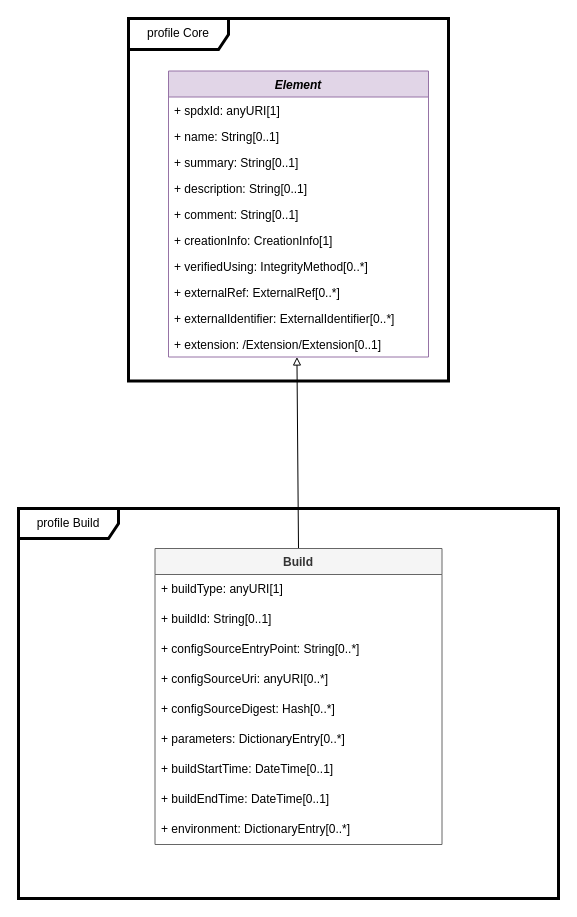
This is page "Build" (7 of 11) of model.drawio from spdx/spdx-3-model, a draw.io file, before an edit. Source tidied: cells renumbered, new cells numbered last; positions are measured from the earlier drawing's top-left corner, leaving out a move shared by most shapes. Both pictures are drawn from the tidied source at 100%, with x=0, y=0 at pixel (18, 18).
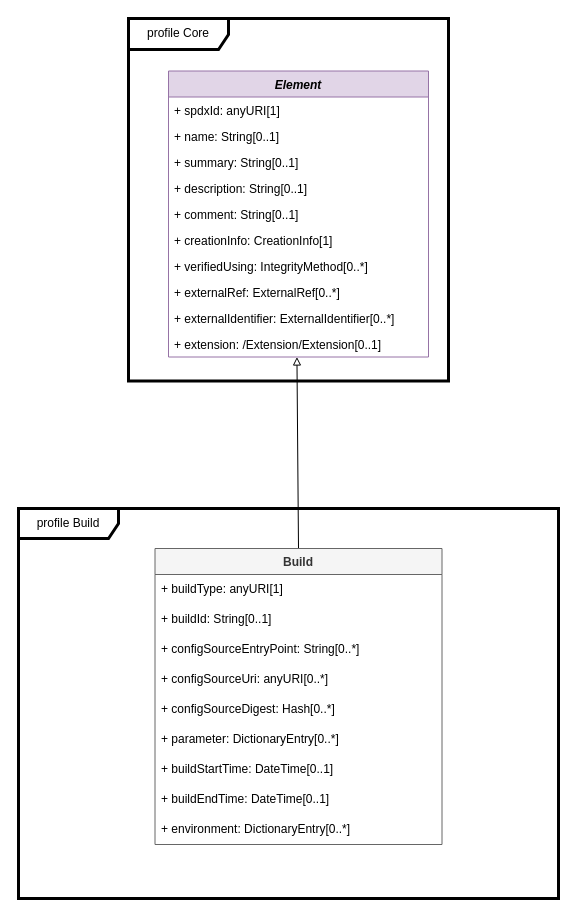
The same page after the edit.

The change refers to these unchanged cells:
```xml
<mxCell id="16" value="Build" style="swimlane;fontStyle=1;horizontal=1;startSize=26;fillColor=#f5f5f5;strokeColor=#666666;fontColor=#333333;" parent="1" vertex="1">
  <mxGeometry x="136.5" y="530" width="287" height="296" as="geometry" />
</mxCell>
```

The edit, as a diff of the source:
```diff
@@
-    <mxCell id="22" value="+ parameters: DictionaryEntry[0..*]" style="text;strokeColor=none;fillColor=none;align=left;verticalAlign=middle;spacingLeft=4;spacingRight=4;overflow=hidden;whiteSpace=wrap;html=1;" parent="16" vertex="1">
+    <mxCell id="22" value="+ parameter: DictionaryEntry[0..*]" style="text;strokeColor=none;fillColor=none;align=left;verticalAlign=middle;spacingLeft=4;spacingRight=4;overflow=hidden;whiteSpace=wrap;html=1;" parent="16" vertex="1">
       <mxGeometry y="176" width="287" height="30" as="geometry" />
     </mxCell>
```
